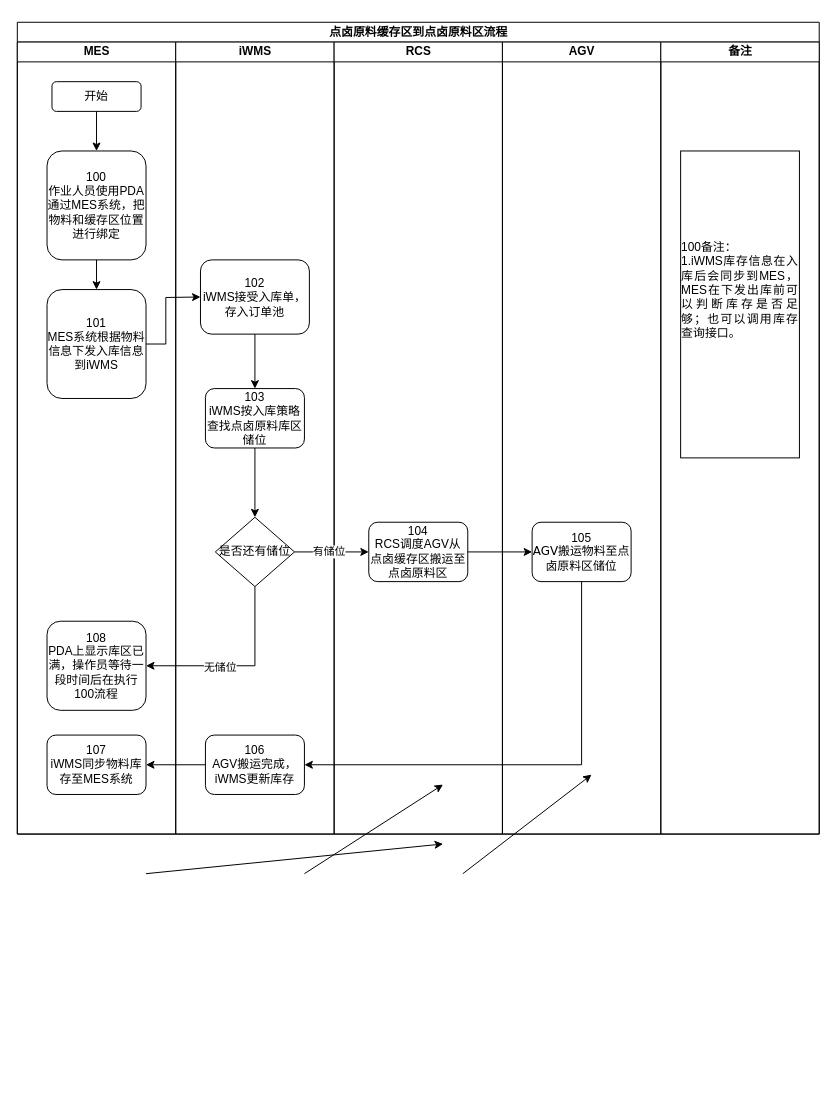
This is page "第 4 页" (4 of 7) of data/晾籽出籽区到恒温屯籽区流程.drawio from chenyanxi/hosts, a draw.io file, before an edit. Source tidied: cells renumbered, new cells numbered last; positions are measured from the earlier drawing's top-left corner, leaving out a move shared by most shapes. Both pictures are drawn from the tidied source at 99%, with x=0, y=0 at pixel (17, 22).
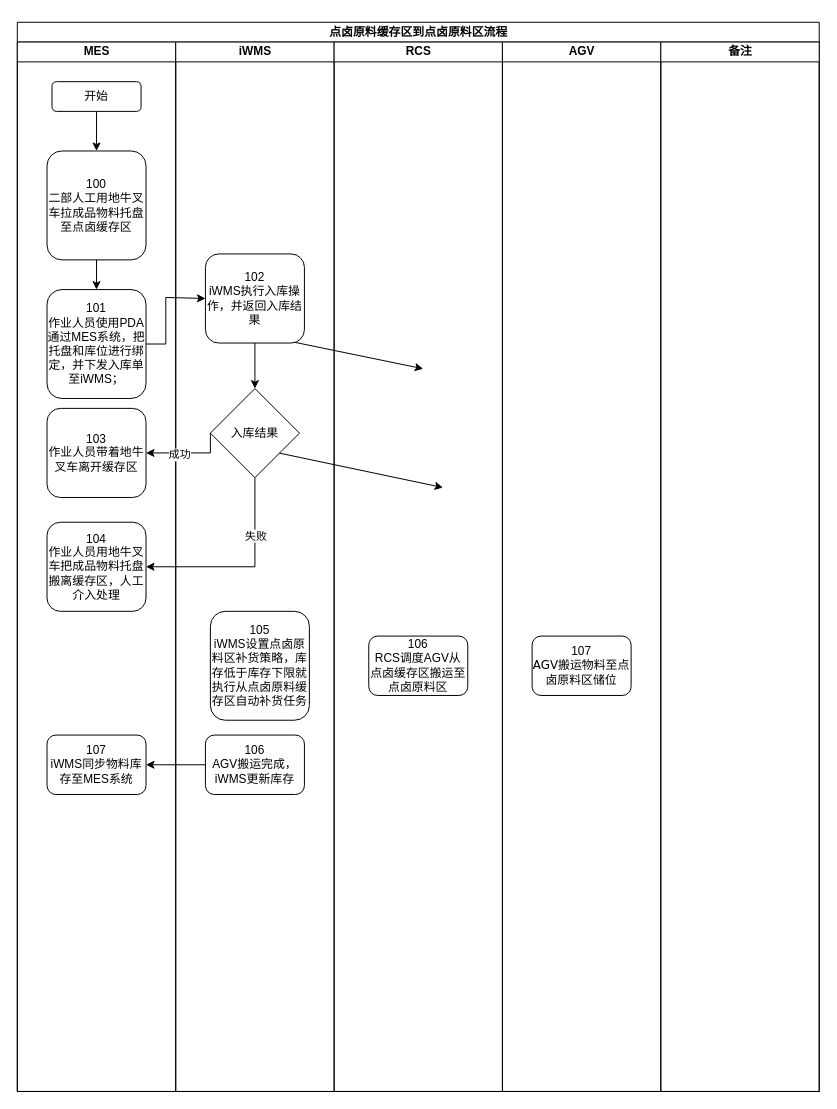
The same diagram, later.

The change refers to these unchanged cells:
```xml
<mxCell id="17" value="&lt;font style=&quot;font-size: 12px;&quot; face=&quot;Helvetica&quot;&gt;106&lt;/font&gt;&lt;div&gt;&lt;font style=&quot;font-size: 12px;&quot; face=&quot;Helvetica&quot;&gt;AGV搬运完成，iWMS更新库存&lt;/font&gt;&lt;/div&gt;" style="rounded=1;whiteSpace=wrap;html=1;shadow=0;labelBackgroundColor=none;strokeWidth=1;fontFamily=Verdana;fontSize=8;align=center;" parent="11" vertex="1">
  <mxGeometry x="30" y="700" width="100" height="60" as="geometry" />
</mxCell>
```

Change to the diagram source:
```diff
@@
     <mxCell id="2" value="&lt;p class=&quot;MsoNormal&quot;&gt;&lt;span style=&quot;font-size: 12px;&quot;&gt;点卤原料缓存区到点卤原料区流程&lt;/span&gt;&lt;/p&gt;" style="swimlane;html=1;startSize=20;rounded=0;shadow=0;labelBackgroundColor=none;strokeWidth=1;fontFamily=Verdana;fontSize=8;align=center;" parent="1" vertex="1">
-      <mxGeometry width="810" height="820" as="geometry" />
+      <mxGeometry width="810" height="1080" as="geometry" />
     </mxCell>
     <mxCell id="3" value="MES" style="swimlane;html=1;startSize=20;" parent="2" vertex="1">
-      <mxGeometry y="20" width="160" height="800" as="geometry" />
+      <mxGeometry y="20" width="160" height="1060" as="geometry" />
     </mxCell>
@@
-    <mxCell id="5" value="&lt;font style=&quot;font-size: 12px;&quot; face=&quot;Helvetica&quot;&gt;100&lt;/font&gt;&lt;div&gt;&lt;font style=&quot;font-size: 12px;&quot; face=&quot;Helvetica&quot;&gt;作业人员使用PDA通过MES系统，把物料和缓存区位置进行绑定&lt;/font&gt;&lt;/div&gt;" style="rounded=1;whiteSpace=wrap;html=1;shadow=0;labelBackgroundColor=none;strokeWidth=1;fontFamily=Verdana;fontSize=8;align=center;" parent="3" vertex="1">
+    <mxCell id="5" value="&lt;font style=&quot;font-size: 12px;&quot; face=&quot;Helvetica&quot;&gt;100&lt;/font&gt;&lt;div&gt;&lt;span style=&quot;font-family: Helvetica; font-size: 12px;&quot;&gt;二部人工用地牛叉车拉成品物料托盘至点卤缓存区&lt;/span&gt;&lt;/div&gt;" style="rounded=1;whiteSpace=wrap;html=1;shadow=0;labelBackgroundColor=none;strokeWidth=1;fontFamily=Verdana;fontSize=8;align=center;" parent="3" vertex="1">
       <mxGeometry x="30" y="110" width="100" height="110" as="geometry" />
     </mxCell>
@@
-    <mxCell id="7" value="&lt;div&gt;&lt;font face=&quot;Helvetica&quot; style=&quot;font-size: 12px;&quot;&gt;108&lt;br&gt;&lt;/font&gt;&lt;/div&gt;&lt;font face=&quot;Helvetica&quot;&gt;&lt;span style=&quot;font-size: 12px;&quot;&gt;PDA上显示库区已满，操作员等待一段时间后在执行100流程&lt;/span&gt;&lt;/font&gt;" style="rounded=1;whiteSpace=wrap;html=1;shadow=0;labelBackgroundColor=none;strokeWidth=1;fontFamily=Verdana;fontSize=8;align=center;" parent="3" vertex="1">
-      <mxGeometry x="30" y="585" width="100" height="90" as="geometry" />
-    </mxCell>
-    <mxCell id="8" value="&lt;font style=&quot;font-size: 12px;&quot; face=&quot;Helvetica&quot;&gt;101&lt;/font&gt;&lt;div&gt;&lt;font face=&quot;Helvetica&quot;&gt;&lt;span style=&quot;font-size: 12px;&quot;&gt;MES系统根据物料信息下发入库信息到iWMS&lt;/span&gt;&lt;/font&gt;&lt;/div&gt;" style="rounded=1;whiteSpace=wrap;html=1;shadow=0;labelBackgroundColor=none;strokeWidth=1;fontFamily=Verdana;fontSize=8;align=center;" parent="3" vertex="1">
+    <mxCell id="8" value="&lt;font style=&quot;font-size: 12px;&quot; face=&quot;Helvetica&quot;&gt;101&lt;/font&gt;&lt;div&gt;&lt;span style=&quot;font-family: Helvetica; font-size: 12px;&quot;&gt;作业人员使用PDA通过MES系统，把托盘和库位进行绑定，并下发入库单至iWMS；&lt;/span&gt;&lt;/div&gt;" style="rounded=1;whiteSpace=wrap;html=1;shadow=0;labelBackgroundColor=none;strokeWidth=1;fontFamily=Verdana;fontSize=8;align=center;" parent="3" vertex="1">
       <mxGeometry x="30" y="250" width="100" height="110" as="geometry" />
     </mxCell>
@@
     <mxCell id="11" value="iWMS" style="swimlane;html=1;startSize=20;" parent="2" vertex="1">
-      <mxGeometry x="160" y="20" width="160" height="800" as="geometry" />
+      <mxGeometry x="160" y="20" width="160" height="1060" as="geometry" />
     </mxCell>
-    <mxCell id="12" value="&lt;font style=&quot;font-size: 12px;&quot; face=&quot;Helvetica&quot;&gt;102&lt;/font&gt;&lt;div&gt;&lt;font style=&quot;font-size: 12px;&quot; face=&quot;Helvetica&quot;&gt;iWMS接受入库单，存入订单池&lt;/font&gt;&lt;/div&gt;" style="rounded=1;whiteSpace=wrap;html=1;shadow=0;labelBackgroundColor=none;strokeWidth=1;fontFamily=Verdana;fontSize=8;align=center;" parent="11" vertex="1">
-      <mxGeometry x="25" y="220" width="110" height="75" as="geometry" />
-    </mxCell>
-    <mxCell id="13" value="&lt;font style=&quot;font-size: 12px;&quot; face=&quot;Helvetica&quot;&gt;是否还有储位&lt;/font&gt;" style="rhombus;whiteSpace=wrap;html=1;rounded=0;shadow=0;labelBackgroundColor=none;strokeWidth=1;fontFamily=Verdana;fontSize=8;align=center;" parent="11" vertex="1">
-      <mxGeometry x="40" y="480" width="80" height="70" as="geometry" />
-    </mxCell>
-    <mxCell id="14" value="&lt;font style=&quot;font-size: 12px;&quot; face=&quot;Helvetica&quot;&gt;103&lt;/font&gt;&lt;div&gt;&lt;font style=&quot;font-size: 12px;&quot; face=&quot;Helvetica&quot;&gt;iWMS按入库策略查找点卤原料库区储位&lt;/font&gt;&lt;/div&gt;" style="rounded=1;whiteSpace=wrap;html=1;shadow=0;labelBackgroundColor=none;strokeWidth=1;fontFamily=Verdana;fontSize=8;align=center;" parent="11" vertex="1">
-      <mxGeometry x="30" y="350" width="100" height="60" as="geometry" />
-    </mxCell>
-    <mxCell id="15" style="endArrow=classic;html=1;rounded=0;exitX=0.5;exitY=1;exitDx=0;exitDy=0;entryX=0.5;entryY=0;entryDx=0;entryDy=0;" parent="11" edge="1" source="14" target="13">
-      <mxGeometry relative="1" as="geometry" />
+    <mxCell id="15" style="endArrow=classic;html=1;rounded=0;exitX=0.5;exitY=1;exitDx=0;exitDy=0;entryX=0.5;entryY=0;entryDx=0;entryDy=0;" parent="11" edge="1">
+      <mxGeometry relative="1" as="geometry">
+        <mxPoint x="80" y="410" as="sourcePoint" />
+        <mxPoint x="270" y="450" as="targetPoint" />
+      </mxGeometry>
     </mxCell>
-    <mxCell id="16" style="endArrow=classic;html=1;rounded=0;exitX=0.5;exitY=1;exitDx=0;exitDy=0;entryX=0.5;entryY=0;entryDx=0;entryDy=0;" parent="11" edge="1" source="12" target="14">
-      <mxGeometry relative="1" as="geometry" />
+    <mxCell id="16" style="endArrow=classic;html=1;rounded=0;exitX=0.5;exitY=1;exitDx=0;exitDy=0;entryX=0.5;entryY=0;entryDx=0;entryDy=0;" parent="11" edge="1">
+      <mxGeometry relative="1" as="geometry">
+        <mxPoint x="80" y="295" as="sourcePoint" />
+        <mxPoint x="250" y="330" as="targetPoint" />
+      </mxGeometry>
     </mxCell>
@@
+    <mxCell id="35" value="&lt;font style=&quot;font-size: 12px;&quot; face=&quot;Helvetica&quot;&gt;105&lt;/font&gt;&lt;div&gt;&lt;font face=&quot;Helvetica&quot;&gt;&lt;span style=&quot;font-size: 12px;&quot;&gt;iWMS设置点卤原料区补货策略，库存低于库存下限就执行从点卤原料缓存区自动补货任务&lt;/span&gt;&lt;/font&gt;&lt;/div&gt;" style="rounded=1;whiteSpace=wrap;html=1;shadow=0;labelBackgroundColor=none;strokeWidth=1;fontFamily=Verdana;fontSize=8;align=center;" parent="11" vertex="1">
+      <mxGeometry x="35" y="575" width="100" height="110" as="geometry" />
+    </mxCell>
+    <mxCell id="36" value="&lt;div&gt;&lt;font face=&quot;Helvetica&quot; style=&quot;font-size: 12px;&quot;&gt;103&lt;br&gt;&lt;/font&gt;&lt;/div&gt;&lt;font face=&quot;Helvetica&quot;&gt;&lt;span style=&quot;font-size: 12px;&quot;&gt;作业人员带着地牛叉车离开缓存区&lt;/span&gt;&lt;/font&gt;" style="rounded=1;whiteSpace=wrap;html=1;shadow=0;labelBackgroundColor=none;strokeWidth=1;fontFamily=Verdana;fontSize=8;align=center;" parent="11" vertex="1">
+      <mxGeometry x="-130" y="370" width="100" height="90" as="geometry" />
+    </mxCell>
+    <mxCell id="37" value="&lt;div&gt;&lt;font face=&quot;Helvetica&quot; style=&quot;font-size: 12px;&quot;&gt;104&lt;br&gt;&lt;/font&gt;&lt;/div&gt;&lt;font face=&quot;Helvetica&quot;&gt;&lt;span style=&quot;font-size: 12px;&quot;&gt;作业人员用地牛叉车把成品物料托盘搬离缓存区，人工介入处理&lt;/span&gt;&lt;/font&gt;" style="rounded=1;whiteSpace=wrap;html=1;shadow=0;labelBackgroundColor=none;strokeWidth=1;fontFamily=Verdana;fontSize=8;align=center;" parent="11" vertex="1">
+      <mxGeometry x="-130" y="485" width="100" height="90" as="geometry" />
+    </mxCell>
+    <mxCell id="38" value="&lt;font face=&quot;Helvetica&quot;&gt;&lt;span style=&quot;font-size: 12px;&quot;&gt;入库结果&lt;/span&gt;&lt;/font&gt;" style="rhombus;whiteSpace=wrap;html=1;rounded=0;shadow=0;labelBackgroundColor=none;strokeWidth=1;fontFamily=Verdana;fontSize=8;align=center;" parent="11" vertex="1">
+      <mxGeometry x="35" y="350" width="90" height="90" as="geometry" />
+    </mxCell>
+    <mxCell id="39" style="endArrow=classic;html=1;rounded=0;exitX=0;exitY=0.5;exitDx=0;exitDy=0;entryX=1;entryY=0.5;entryDx=0;entryDy=0;" parent="11" edge="1" source="38" target="36">
+      <mxGeometry relative="1" as="geometry">
+        <Array as="points">
+          <mxPoint x="35" y="415" />
+        </Array>
+      </mxGeometry>
+    </mxCell>
+    <mxCell id="40" value="成功" style="edgeLabel;html=1;align=center;verticalAlign=middle;" parent="39" vertex="1">
+      <mxGeometry x="0.22" y="1" relative="1" as="geometry" />
+    </mxCell>
+    <mxCell id="41" style="endArrow=classic;html=1;rounded=0;exitX=0.5;exitY=1;exitDx=0;exitDy=0;entryX=1;entryY=0.5;entryDx=0;entryDy=0;" parent="11" edge="1" source="38" target="37">
+      <mxGeometry relative="1" as="geometry">
+        <Array as="points">
+          <mxPoint x="80" y="530" />
+        </Array>
+      </mxGeometry>
+    </mxCell>
+    <mxCell id="42" value="失败" style="edgeLabel;html=1;align=center;verticalAlign=middle;" parent="41" vertex="1">
+      <mxGeometry x="-0.42" relative="1" as="geometry" />
+    </mxCell>
+    <mxCell id="43" value="&lt;div&gt;&lt;font face=&quot;Helvetica&quot; style=&quot;font-size: 12px;&quot;&gt;102&lt;br&gt;&lt;/font&gt;&lt;/div&gt;&lt;font face=&quot;Helvetica&quot;&gt;&lt;span style=&quot;font-size: 12px;&quot;&gt;iWMS执行入库操作，并返回入库结果&lt;/span&gt;&lt;/font&gt;" style="rounded=1;whiteSpace=wrap;html=1;shadow=0;labelBackgroundColor=none;strokeWidth=1;fontFamily=Verdana;fontSize=8;align=center;" parent="11" vertex="1">
+      <mxGeometry x="30" y="214" width="100" height="90" as="geometry" />
+    </mxCell>
+    <mxCell id="44" style="endArrow=classic;html=1;rounded=0;exitX=0.5;exitY=1;exitDx=0;exitDy=0;entryX=0.5;entryY=0;entryDx=0;entryDy=0;" parent="11" edge="1" source="43" target="38">
+      <mxGeometry relative="1" as="geometry" />
+    </mxCell>
     <mxCell id="18" value="RCS" style="swimlane;html=1;startSize=20;" parent="2" vertex="1">
-      <mxGeometry x="320" y="20" width="170" height="800" as="geometry" />
+      <mxGeometry x="320" y="20" width="170" height="1060" as="geometry" />
     </mxCell>
-    <mxCell id="19" value="&lt;font style=&quot;font-size: 12px;&quot; face=&quot;Helvetica&quot;&gt;104&lt;/font&gt;&lt;div&gt;&lt;font style=&quot;font-size: 12px;&quot; face=&quot;Helvetica&quot;&gt;RCS调度AGV从点卤缓存区搬运至点卤原料区&lt;/font&gt;&lt;/div&gt;" style="rounded=1;whiteSpace=wrap;html=1;shadow=0;labelBackgroundColor=none;strokeWidth=1;fontFamily=Verdana;fontSize=8;align=center;" parent="18" vertex="1">
-      <mxGeometry x="35" y="485" width="100" height="60" as="geometry" />
-    </mxCell>
+    <mxCell id="45" value="&lt;div&gt;&lt;font style=&quot;font-size: 12px;&quot; face=&quot;Helvetica&quot;&gt;106&lt;/font&gt;&lt;/div&gt;&lt;div&gt;&lt;font style=&quot;font-size: 12px;&quot; face=&quot;Helvetica&quot;&gt;RCS调度AGV从点卤缓存区搬运至点卤原料区&lt;/font&gt;&lt;/div&gt;" style="rounded=1;whiteSpace=wrap;html=1;shadow=0;labelBackgroundColor=none;strokeWidth=1;fontFamily=Verdana;fontSize=8;align=center;" parent="18" vertex="1">
+      <mxGeometry x="35" y="600" width="100" height="60" as="geometry" />
+    </mxCell>
     <mxCell id="20" value="AGV" style="swimlane;html=1;startSize=20;" parent="2" vertex="1">
-      <mxGeometry x="490" y="20" width="160" height="800" as="geometry" />
+      <mxGeometry x="490" y="20" width="160" height="1060" as="geometry" />
     </mxCell>
-    <mxCell id="21" value="&lt;font style=&quot;font-size: 12px;&quot; face=&quot;Helvetica&quot;&gt;105&lt;/font&gt;&lt;div&gt;&lt;font style=&quot;font-size: 12px;&quot;&gt;AGV搬运物料至点卤原料区储位&lt;/font&gt;&lt;/div&gt;" style="rounded=1;whiteSpace=wrap;html=1;shadow=0;labelBackgroundColor=none;strokeWidth=1;fontFamily=Verdana;fontSize=8;align=center;" parent="20" vertex="1">
-      <mxGeometry x="30" y="485" width="100" height="60" as="geometry" />
-    </mxCell>
+    <mxCell id="46" value="&lt;font style=&quot;font-size: 12px;&quot; face=&quot;Helvetica&quot;&gt;107&lt;/font&gt;&lt;div&gt;&lt;font style=&quot;font-size: 12px;&quot;&gt;AGV搬运物料至点卤原料区储位&lt;/font&gt;&lt;/div&gt;" style="rounded=1;whiteSpace=wrap;html=1;shadow=0;labelBackgroundColor=none;strokeWidth=1;fontFamily=Verdana;fontSize=8;align=center;" parent="20" vertex="1">
+      <mxGeometry x="30" y="600" width="100" height="60" as="geometry" />
+    </mxCell>
     <mxCell id="22" value="备注" style="swimlane;html=1;startSize=20;" parent="2" vertex="1">
-      <mxGeometry x="650" y="20" width="160" height="800" as="geometry" />
+      <mxGeometry x="650" y="20" width="160" height="1060" as="geometry" />
     </mxCell>
-    <mxCell id="23" value="&lt;div style=&quot;text-align: justify;&quot;&gt;100备注：&lt;/div&gt;&lt;div style=&quot;text-align: justify;&quot;&gt;1.iWMS库存信息在入库后会同步到MES，MES在下发出库前可以判断库存是否足够；也可以调用库存查询接口。&lt;/div&gt;&lt;div style=&quot;text-align: justify;&quot;&gt;&lt;br&gt;&lt;/div&gt;&lt;div style=&quot;text-align: justify;&quot;&gt;&lt;br&gt;&lt;/div&gt;" style="rounded=0;whiteSpace=wrap;html=1;" parent="22" vertex="1">
-      <mxGeometry x="20" y="110" width="120" height="310" as="geometry" />
-    </mxCell>
-    <mxCell id="24" style="endArrow=classic;html=1;rounded=0;exitX=1;exitY=0.5;exitDx=0;exitDy=0;entryX=0;entryY=0.5;entryDx=0;entryDy=0;" parent="2" edge="1" source="19" target="21">
-      <mxGeometry relative="1" as="geometry" />
-    </mxCell>
-    <mxCell id="25" style="endArrow=classic;html=1;rounded=0;exitX=1;exitY=0.5;exitDx=0;exitDy=0;entryX=0;entryY=0.5;entryDx=0;entryDy=0;" parent="2" edge="1" source="13" target="19">
-      <mxGeometry relative="1" as="geometry" />
-    </mxCell>
-    <mxCell id="26" value="有储位" style="edgeLabel;html=1;align=center;verticalAlign=middle;" parent="25" vertex="1">
-      <mxGeometry x="-0.1" y="1" relative="1" as="geometry" />
-    </mxCell>
-    <mxCell id="27" style="endArrow=classic;html=1;rounded=0;exitX=1;exitY=0.5;exitDx=0;exitDy=0;entryX=0;entryY=0.5;entryDx=0;entryDy=0;" parent="2" edge="1" source="8" target="12">
+    <mxCell id="27" style="endArrow=classic;html=1;rounded=0;exitX=1;exitY=0.5;exitDx=0;exitDy=0;entryX=0;entryY=0.5;entryDx=0;entryDy=0;" parent="2" edge="1" source="8" target="43">
       <mxGeometry relative="1" as="geometry">
         <Array as="points">
           <mxPoint x="150" y="325" />
           <mxPoint x="150" y="278" />
         </Array>
       </mxGeometry>
     </mxCell>
-    <mxCell id="28" style="endArrow=classic;html=1;rounded=0;exitX=0.5;exitY=1;exitDx=0;exitDy=0;entryX=1;entryY=0.5;entryDx=0;entryDy=0;" parent="2" edge="1" source="13" target="7">
-      <mxGeometry relative="1" as="geometry">
-        <Array as="points">
-          <mxPoint x="240" y="650" />
-        </Array>
-      </mxGeometry>
-    </mxCell>
-    <mxCell id="29" value="无储位" style="edgeLabel;html=1;align=center;verticalAlign=middle;" parent="28" vertex="1">
-      <mxGeometry x="0.22" y="1" relative="1" as="geometry" />
-    </mxCell>
-    <mxCell id="30" style="endArrow=classic;html=1;rounded=0;exitX=0.5;exitY=1;exitDx=0;exitDy=0;entryX=1;entryY=0.5;entryDx=0;entryDy=0;" parent="2" edge="1" source="21" target="17">
-      <mxGeometry relative="1" as="geometry">
-        <Array as="points">
-          <mxPoint x="570" y="750" />
-        </Array>
-      </mxGeometry>
-    </mxCell>
@@
-    <mxCell id="32" style="endArrow=classic;html=1;rounded=0;exitX=1;exitY=0.5;exitDx=0;exitDy=0;entryX=0;entryY=0.5;entryDx=0;entryDy=0;" parent="2" edge="1">
-      <mxGeometry relative="1" as="geometry">
-        <mxPoint x="130" y="860" as="sourcePoint" />
-        <mxPoint x="430" y="830" as="targetPoint" />
-      </mxGeometry>
-    </mxCell>
-    <mxCell id="33" style="endArrow=classic;html=1;rounded=0;exitX=1;exitY=0.5;exitDx=0;exitDy=0;" parent="2" edge="1">
-      <mxGeometry relative="1" as="geometry">
-        <mxPoint x="290" y="860" as="sourcePoint" />
-        <mxPoint x="430" y="770" as="targetPoint" />
-      </mxGeometry>
-    </mxCell>
-    <mxCell id="34" style="endArrow=classic;html=1;rounded=0;exitX=1;exitY=0.5;exitDx=0;exitDy=0;" parent="2" edge="1">
-      <mxGeometry relative="1" as="geometry">
-        <mxPoint x="450" y="860" as="sourcePoint" />
-        <mxPoint x="580" y="760" as="targetPoint" />
-      </mxGeometry>
-    </mxCell>
```
